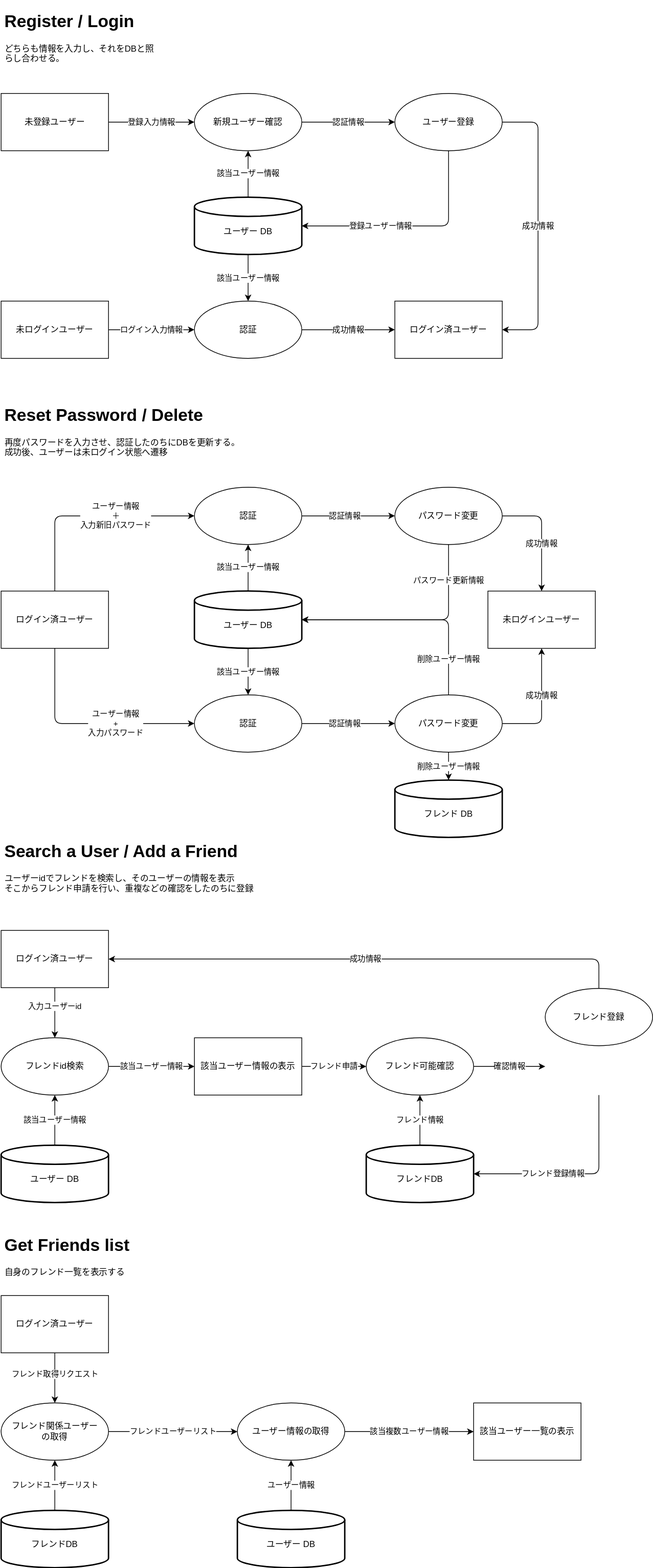
Earlier version of the draw.io export docs/02.Backend/02.DB/dfd.drawio.svg (TUS-OSK/quantum-gomoku). Source tidied: cells renumbered, new cells last; positions are measured from the earlier drawing's top-left corner, leaving out a move shared by most shapes.
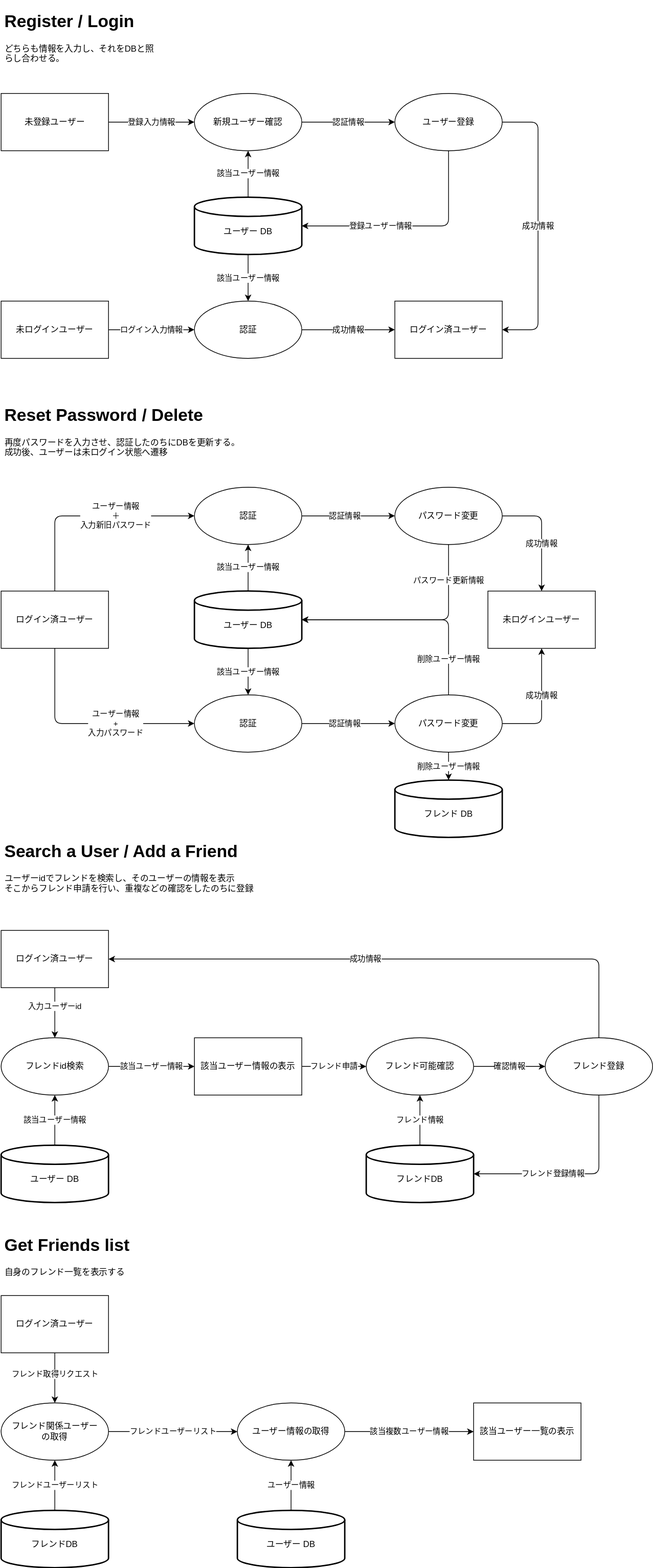
The same diagram one commit later.

Diff of the diagram source:
```diff
@@ -86,10 +86,8 @@
     <mxCell id="26" value="該当ユーザー情報の表示" style="rounded=0;whiteSpace=wrap;html=1;" parent="1" vertex="1">
       <mxGeometry x="270" y="1439" width="150" height="80" as="geometry" />
     </mxCell>
-    <mxCell id="27" value="確認情報" style="edgeStyle=none;html=1;exitX=1;exitY=0.5;exitDx=0;exitDy=0;entryX=0;entryY=0.5;entryDx=0;entryDy=0;" parent="1" edge="1" source="28">
-      <mxGeometry relative="1" as="geometry">
-        <mxPoint x="760" y="1479" as="targetPoint" />
-      </mxGeometry>
+    <mxCell id="27" value="確認情報" style="edgeStyle=none;html=1;exitX=1;exitY=0.5;exitDx=0;exitDy=0;entryX=0;entryY=0.5;entryDx=0;entryDy=0;" parent="1" edge="1" source="28" target="62">
+      <mxGeometry relative="1" as="geometry" />
     </mxCell>
     <mxCell id="28" value="フレンド可能確認" style="ellipse;whiteSpace=wrap;html=1;" parent="1" vertex="1">
       <mxGeometry x="510" y="1439" width="150" height="80" as="geometry" />
@@ -213,9 +211,8 @@
     <mxCell id="59" value="フレンド関係ユーザー&lt;br&gt;の取得" style="ellipse;whiteSpace=wrap;html=1;" parent="1" vertex="1">
       <mxGeometry y="1949" width="150" height="80" as="geometry" />
     </mxCell>
-    <mxCell id="60" value="フレンド登録情報" style="edgeStyle=none;html=1;exitX=0.5;exitY=1;exitDx=0;exitDy=0;entryX=1;entryY=0.5;entryDx=0;entryDy=0;entryPerimeter=0;" parent="1" edge="1" target="24">
+    <mxCell id="60" value="フレンド登録情報" style="edgeStyle=none;html=1;exitX=0.5;exitY=1;exitDx=0;exitDy=0;entryX=1;entryY=0.5;entryDx=0;entryDy=0;entryPerimeter=0;" parent="1" edge="1" source="62" target="24">
       <mxGeometry x="0.23" relative="1" as="geometry">
-        <mxPoint x="835" y="1519" as="sourcePoint" />
         <Array as="points">
           <mxPoint x="835" y="1629" />
         </Array>
@@ -232,7 +229,7 @@
       </mxGeometry>
     </mxCell>
     <mxCell id="62" value="フレンド登録" style="ellipse;whiteSpace=wrap;html=1;" parent="1" vertex="1">
-      <mxGeometry x="760" y="1370" width="150" height="80" as="geometry" />
+      <mxGeometry x="760" y="1439" width="150" height="80" as="geometry" />
     </mxCell>
     <mxCell id="63" value="ログイン済ユーザー" style="rounded=0;whiteSpace=wrap;html=1;" parent="1" vertex="1">
       <mxGeometry y="1799" width="150" height="80" as="geometry" />
```
